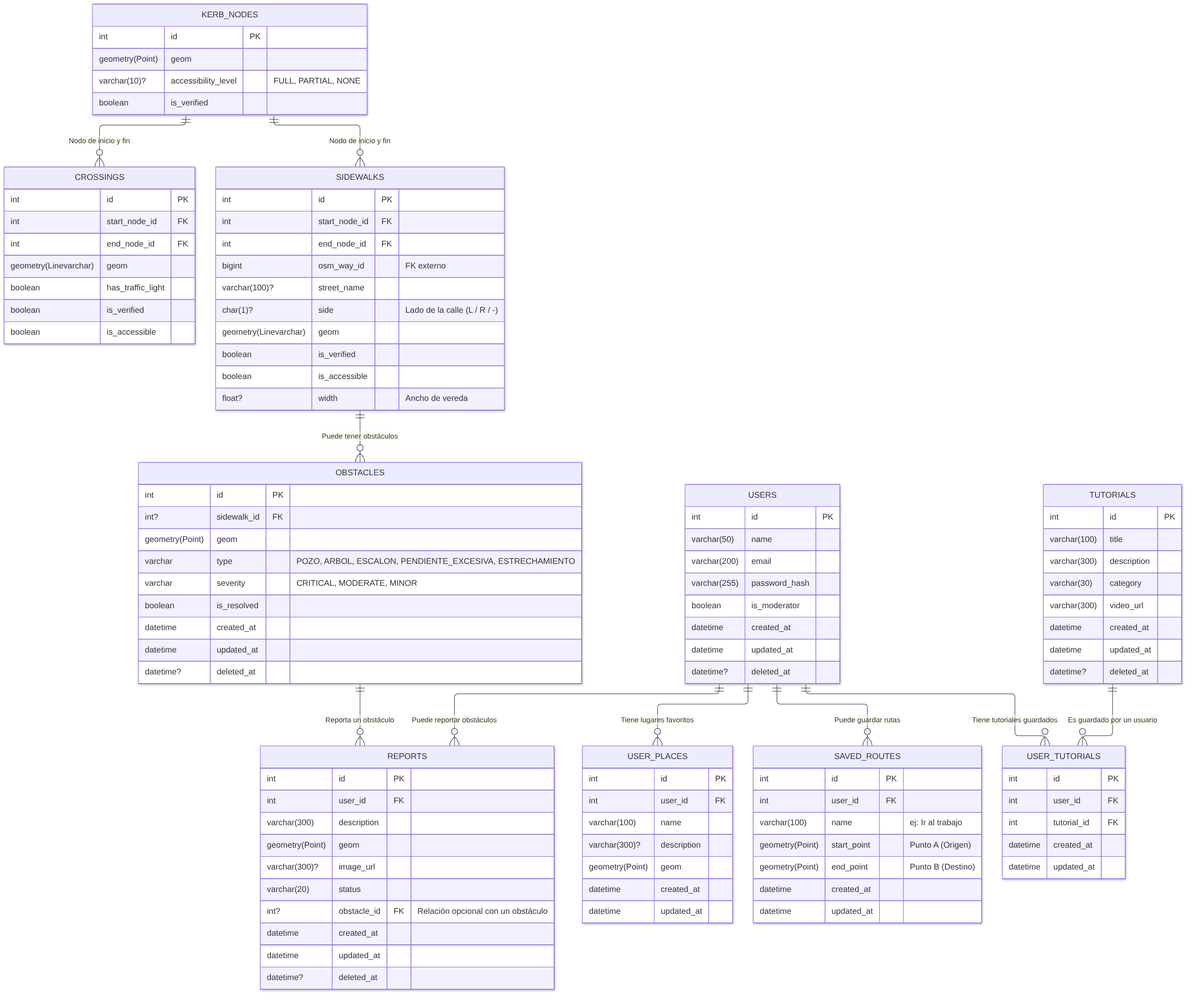
Above: docs/diagrams/imgs/01-DER.png in BLP-Technologies/rodando-x-mza (Mermaid), before the change. Its source is kept beside it as docs/diagrams/01-DER.mmd.
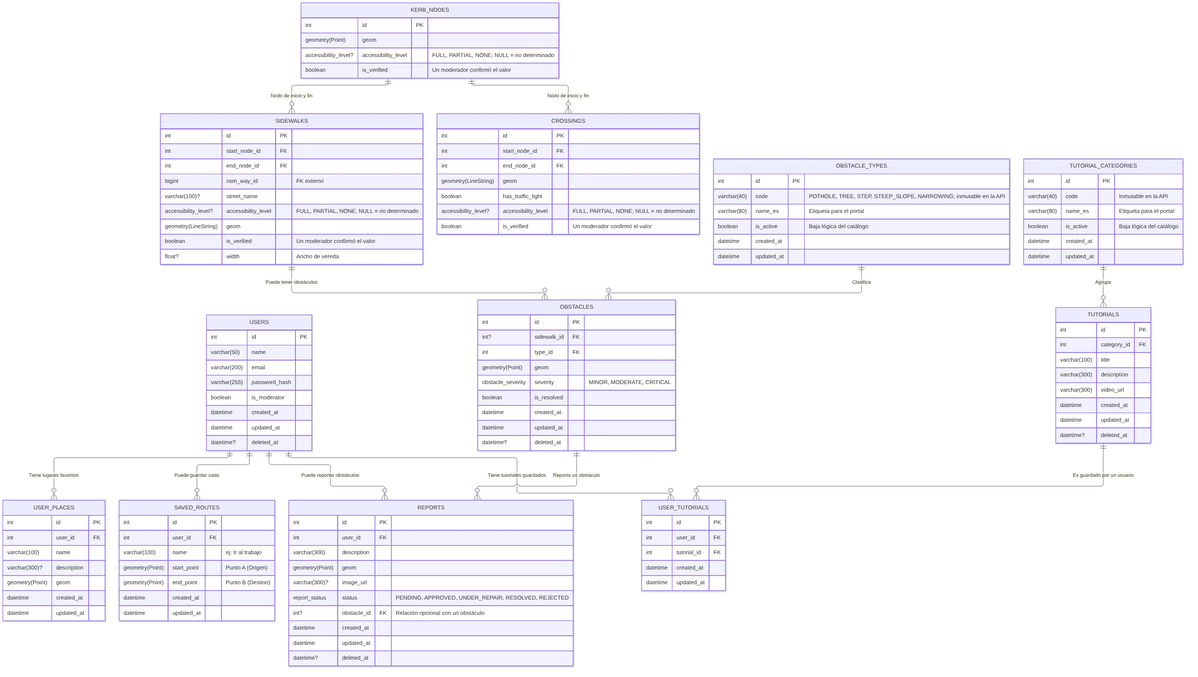
The same diagram one commit later.

Change to the diagram source:
```diff
@@ -1,14 +1,15 @@
 erDiagram
-USERS {
-int id PK
-varchar(50) name
-varchar(200) email
-varchar(255) password_hash
-boolean is_moderator
-datetime created_at
-datetime updated_at
-datetime? deleted_at
-}
+
+    USERS {
+        int id PK
+        varchar(50) name
+        varchar(200) email
+        varchar(255) password_hash
+        boolean is_moderator
+        datetime created_at
+        datetime updated_at
+        datetime? deleted_at
+    }
 
     USER_PLACES {
         int id PK
@@ -33,10 +34,9 @@
     KERB_NODES {
         int id PK
         geometry(Point) geom
-        varchar(10)? accessibility_level "FULL, PARTIAL, NONE"
-        boolean is_verified
+        accessibility_level? accessibility_level "FULL, PARTIAL, NONE; NULL = no determinado"
+        boolean is_verified "Un moderador confirmó el valor"
     }
-
 
     SIDEWALKS {
         int id PK
@@ -44,10 +44,9 @@
         int end_node_id FK
         bigint osm_way_id "FK externo"
         varchar(100)? street_name
-        char(1)? side "Lado de la calle (L / R / -)"
-        geometry(Linevarchar) geom
-        boolean is_verified
-        boolean is_accessible
+        accessibility_level? accessibility_level "FULL, PARTIAL, NONE; NULL = no determinado"
+        geometry(LineString) geom
+        boolean is_verified "Un moderador confirmó el valor"
         float? width "Ancho de vereda"
     }
 
@@ -55,22 +54,31 @@
         int id PK
         int start_node_id FK
         int end_node_id FK
-        geometry(Linevarchar) geom
+        geometry(LineString) geom
         boolean has_traffic_light
-        boolean is_verified
-        boolean is_accessible
+        accessibility_level? accessibility_level "FULL, PARTIAL, NONE; NULL = no determinado"
+        boolean is_verified "Un moderador confirmó el valor"
     }
 
     OBSTACLES {
         int id PK
         int? sidewalk_id FK
+        int type_id FK
         geometry(Point) geom
-        varchar type "POZO, ARBOL, ESCALON, PENDIENTE_EXCESIVA, ESTRECHAMIENTO"
-        varchar severity "CRITICAL, MODERATE, MINOR"
+        obstacle_severity severity "MINOR, MODERATE, CRITICAL"
         boolean is_resolved
         datetime created_at
         datetime updated_at
         datetime? deleted_at
+    }
+
+    OBSTACLE_TYPES {
+        int id PK
+        varchar(40) code "POTHOLE, TREE, STEP, STEEP_SLOPE, NARROWING; inmutable en la API"
+        varchar(80) name_es "Etiqueta para el portal"
+        boolean is_active "Baja lógica del catálogo"
+        datetime created_at
+        datetime updated_at
     }
 
     REPORTS {
@@ -79,7 +87,7 @@
         varchar(300) description
         geometry(Point) geom
         varchar(300)? image_url
-        varchar(20) status
+        report_status status "PENDING, APPROVED, UNDER_REPAIR, RESOLVED, REJECTED"
         int? obstacle_id FK "Relación opcional con un obstáculo"
         datetime created_at
         datetime updated_at
@@ -88,13 +96,22 @@
 
     TUTORIALS {
         int id PK
+        int category_id FK
         varchar(100) title
         varchar(300) description
-        varchar(30) category
         varchar(300) video_url
         datetime created_at
         datetime updated_at
         datetime? deleted_at
+    }
+
+    TUTORIAL_CATEGORIES {
+        int id PK
+        varchar(40) code "Inmutable en la API"
+        varchar(80) name_es "Etiqueta para el portal"
+        boolean is_active "Baja lógica del catálogo"
+        datetime created_at
+        datetime updated_at
     }
 
     USER_TUTORIALS {
@@ -110,7 +127,9 @@
     KERB_NODES ||--o{ SIDEWALKS: "Nodo de inicio y fin"
     KERB_NODES ||--o{ CROSSINGS: "Nodo de inicio y fin"
     SIDEWALKS ||--o{ OBSTACLES: "Puede tener obstáculos"
+    OBSTACLE_TYPES ||--o{ OBSTACLES: "Clasifica"
     USERS ||--o{ REPORTS: "Puede reportar obstáculos"
     OBSTACLES ||--o{ REPORTS: "Reporta un obstáculo"
+    TUTORIAL_CATEGORIES ||--o{ TUTORIALS: "Agrupa"
     USERS ||--o{ USER_TUTORIALS: "Tiene tutoriales guardados"
     TUTORIALS ||--o{ USER_TUTORIALS: "Es guardado por un usuario"
```
